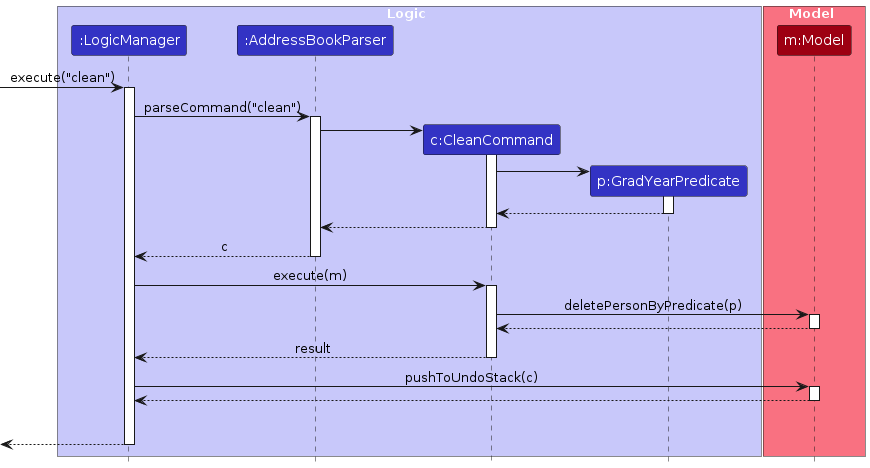
AY2425S1-CS2103T-W09-4/tp keeps this PlantUML diagram as diagrams/CleanSequenceDiagram.png. Above is the earlier version. Its source is kept beside it as diagrams/CleanSequenceDiagram.puml. Its diagram source:
```plantuml
@startuml
!include style.puml
skinparam ArrowFontStyle plain

box Logic LOGIC_COLOR_T1
participant ":LogicManager" as LogicManager LOGIC_COLOR
participant ":AddressBookParser" as AddressBookParser LOGIC_COLOR
participant "c:CleanCommand" as CleanCommand LOGIC_COLOR
participant "p:GradYearPredicate" as GradYearPredicate LOGIC_COLOR
end box

box Model MODEL_COLOR_T1
participant "m:Model" as Model MODEL_COLOR
end box
[-> LogicManager : execute("clean")
activate LogicManager

LogicManager -> AddressBookParser : parseCommand("clean")
activate AddressBookParser

create CleanCommand
AddressBookParser -> CleanCommand
activate CleanCommand

create GradYearPredicate
CleanCommand -> GradYearPredicate
activate GradYearPredicate

GradYearPredicate --> CleanCommand
deactivate GradYearPredicate

CleanCommand --> AddressBookParser
deactivate CleanCommand

AddressBookParser --> LogicManager : c
deactivate AddressBookParser

LogicManager -> CleanCommand : execute(m)
activate CleanCommand

CleanCommand -> Model : deletePersonByPredicate(p)
activate Model
Model --> CleanCommand
deactivate Model

CleanCommand --> LogicManager : result
deactivate CleanCommand

LogicManager -> Model: pushToUndoStack(c)
activate Model

Model --> LogicManager
deactivate Model

CleanCommand -[hidden]-> LogicManager : result


[<--LogicManager
deactivate LogicManager
@enduml
```
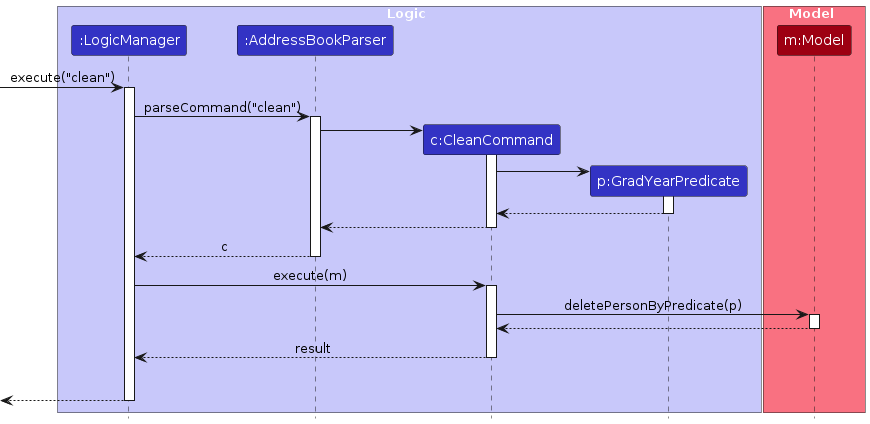
Above is the later version.

Change to the diagram source:
```diff
@@ -45,13 +45,6 @@
 
 CleanCommand --> LogicManager : result
 deactivate CleanCommand
-
-LogicManager -> Model: pushToUndoStack(c)
-activate Model
-
-Model --> LogicManager
-deactivate Model
-
 CleanCommand -[hidden]-> LogicManager : result
 
 
```
